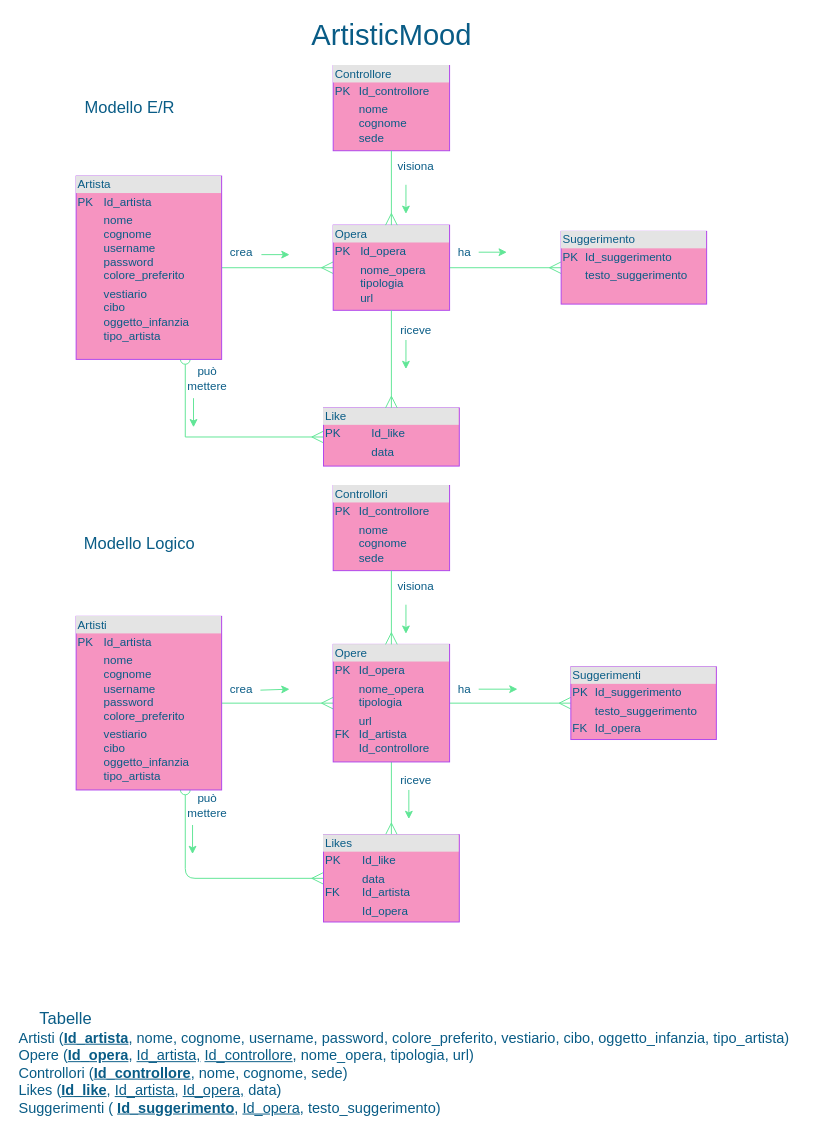
The draw.io diagram ArtisticMood.drawio in ChiaraGismondi02/ArtisticMood, before the edit. Source tidied: cells renumbered, new cells numbered last; positions are measured from the earlier drawing's top-left corner, leaving out a move shared by most shapes. Both pictures are drawn from the tidied source at 97%, with x=0, y=0 at pixel (16, 19).
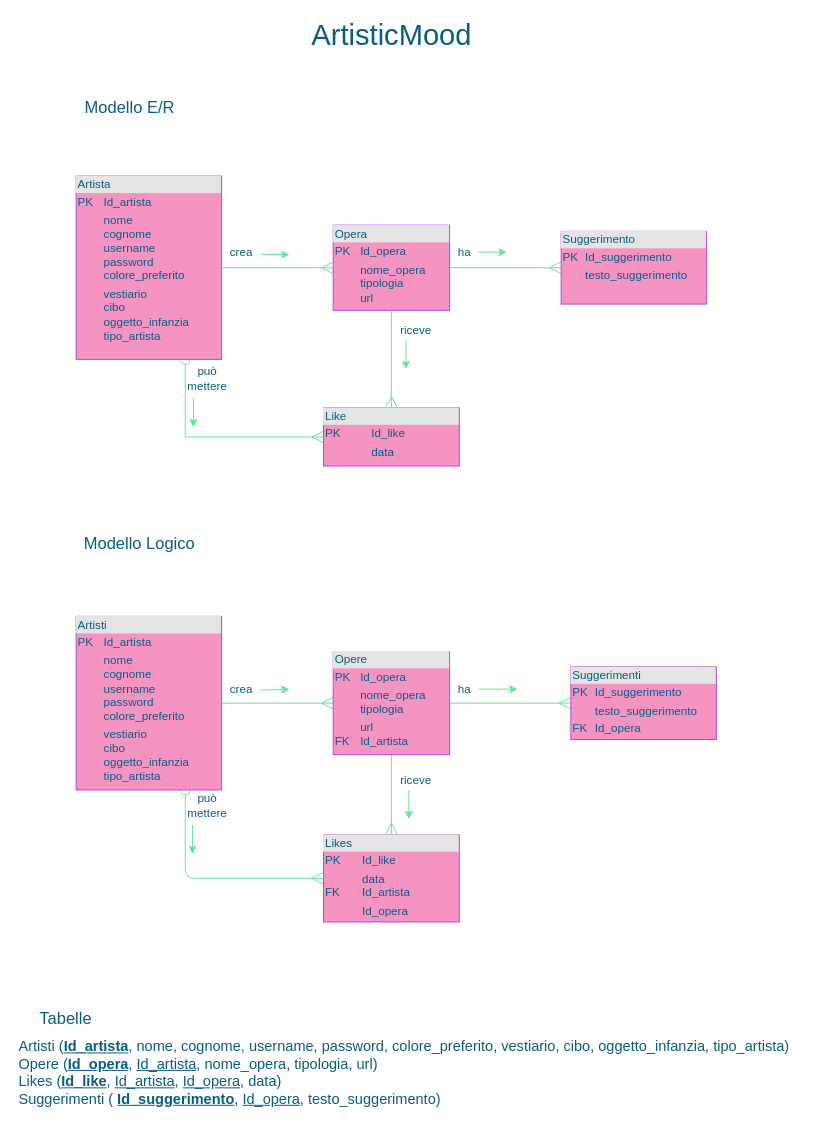
After the change.

Unchanged cells that the change refers to:
```xml
<mxCell id="6" value="&lt;div style=&quot;box-sizing: border-box ; width: 100% ; background: #e4e4e4 ; padding: 2px&quot;&gt;Opera&lt;/div&gt;&lt;table style=&quot;width: 100% ; font-size: 1em&quot; cellpadding=&quot;2&quot; cellspacing=&quot;0&quot;&gt;&lt;tbody&gt;&lt;tr&gt;&lt;td&gt;PK&lt;/td&gt;&lt;td&gt;Id_opera&lt;br&gt;&lt;/td&gt;&lt;/tr&gt;&lt;tr&gt;&lt;td&gt;&lt;br&gt;&lt;br&gt;&lt;/td&gt;&lt;td&gt;nome_opera&lt;br&gt;tipologia&lt;br&gt;url&lt;/td&gt;&lt;/tr&gt;&lt;tr&gt;&lt;td&gt;&lt;/td&gt;&lt;td&gt;&lt;br&gt;&lt;/td&gt;&lt;/tr&gt;&lt;/tbody&gt;&lt;/table&gt;" style="verticalAlign=top;align=left;overflow=fill;html=1;fillColor=#F694C1;strokeColor=#AF45ED;fontColor=#095C86;" parent="1" vertex="1">
  <mxGeometry x="326" y="211.6" width="120" height="87.8" as="geometry" />
</mxCell>
```

Diff of the diagram source:
```diff
@@
-    <mxCell id="17" value="&lt;div style=&quot;box-sizing: border-box ; width: 100% ; background: #e4e4e4 ; padding: 2px&quot;&gt;Opere&lt;/div&gt;&lt;table style=&quot;width: 100% ; font-size: 1em&quot; cellpadding=&quot;2&quot; cellspacing=&quot;0&quot;&gt;&lt;tbody&gt;&lt;tr&gt;&lt;td&gt;PK&lt;/td&gt;&lt;td&gt;Id_opera&lt;/td&gt;&lt;/tr&gt;&lt;tr&gt;&lt;td&gt;&lt;br&gt;&lt;/td&gt;&lt;td&gt;nome_opera&lt;br&gt;tipologia&lt;/td&gt;&lt;/tr&gt;&lt;tr&gt;&lt;td&gt;FK&lt;/td&gt;&lt;td&gt;url&lt;br&gt;Id_artista&lt;br&gt;Id_controllore&lt;/td&gt;&lt;/tr&gt;&lt;/tbody&gt;&lt;/table&gt;" style="verticalAlign=top;align=left;overflow=fill;html=1;fillColor=#F694C1;strokeColor=#AF45ED;fontColor=#095C86;" parent="1" vertex="1">
-      <mxGeometry x="326" y="643.8" width="120" height="121.2" as="geometry" />
+    <mxCell id="17" value="&lt;div style=&quot;box-sizing: border-box ; width: 100% ; background: #e4e4e4 ; padding: 2px&quot;&gt;Opere&lt;/div&gt;&lt;table style=&quot;width: 100% ; font-size: 1em&quot; cellpadding=&quot;2&quot; cellspacing=&quot;0&quot;&gt;&lt;tbody&gt;&lt;tr&gt;&lt;td&gt;PK&lt;/td&gt;&lt;td&gt;Id_opera&lt;/td&gt;&lt;/tr&gt;&lt;tr&gt;&lt;td&gt;&lt;br&gt;&lt;/td&gt;&lt;td&gt;nome_opera&lt;br&gt;tipologia&lt;/td&gt;&lt;/tr&gt;&lt;tr&gt;&lt;td&gt;&lt;br&gt;FK&lt;/td&gt;&lt;td&gt;url&lt;br&gt;Id_artista&lt;br&gt;&lt;/td&gt;&lt;/tr&gt;&lt;/tbody&gt;&lt;/table&gt;" style="verticalAlign=top;align=left;overflow=fill;html=1;fillColor=#F694C1;strokeColor=#AF45ED;fontColor=#095C86;" parent="1" vertex="1">
+      <mxGeometry x="326" y="651.3" width="120" height="106.2" as="geometry" />
     </mxCell>
@@
-    <mxCell id="20" value="&lt;font style=&quot;font-size: 15px&quot;&gt;Artisti (&lt;u&gt;&lt;b&gt;Id_artista&lt;/b&gt;&lt;/u&gt;, nome, cognome, username, password, colore_preferito, vestiario, cibo, oggetto_infanzia, tipo_artista)&lt;br&gt;Opere (&lt;b&gt;&lt;u&gt;Id_opera&lt;/u&gt;&lt;/b&gt;, &lt;u&gt;Id_artista,&lt;/u&gt;&amp;nbsp;&lt;u&gt;Id_controllore&lt;/u&gt;, nome_opera, tipologia, url)&lt;br&gt;Controllori (&lt;u&gt;&lt;b&gt;Id_controllore&lt;/b&gt;&lt;/u&gt;, nome, cognome, sede)&lt;br&gt;Likes (&lt;u&gt;&lt;b&gt;Id_like&lt;/b&gt;&lt;/u&gt;, &lt;u&gt;Id_artista&lt;/u&gt;, &lt;u&gt;Id_opera,&lt;/u&gt; data)&lt;br&gt;Suggerimenti ( &lt;u&gt;&lt;b&gt;Id_suggerimento&lt;/b&gt;&lt;/u&gt;, &lt;u&gt;Id_opera&lt;/u&gt;, testo_suggerimento)&lt;/font&gt;" style="text;html=1;align=left;verticalAlign=middle;fillColor=none;strokeColor=none;rounded=0;sketch=0;fontColor=#095C86;" parent="1" vertex="1">
-      <mxGeometry y="1045" width="810" height="80" as="geometry" />
+    <mxCell id="20" value="&lt;font style=&quot;font-size: 15px&quot;&gt;Artisti (&lt;u&gt;&lt;b&gt;Id_artista&lt;/b&gt;&lt;/u&gt;, nome, cognome, username, password, colore_preferito, vestiario, cibo, oggetto_infanzia, tipo_artista)&lt;br&gt;Opere (&lt;b&gt;&lt;u&gt;Id_opera&lt;/u&gt;&lt;/b&gt;, &lt;u&gt;Id_artista&lt;/u&gt;, nome_opera, tipologia, url)&lt;br&gt;Likes (&lt;u&gt;&lt;b&gt;Id_like&lt;/b&gt;&lt;/u&gt;, &lt;u&gt;Id_artista&lt;/u&gt;, &lt;u&gt;Id_opera,&lt;/u&gt; data)&lt;br&gt;Suggerimenti ( &lt;u&gt;&lt;b&gt;Id_suggerimento&lt;/b&gt;&lt;/u&gt;, &lt;u&gt;Id_opera&lt;/u&gt;, testo_suggerimento)&lt;/font&gt;" style="text;html=1;align=left;verticalAlign=middle;fillColor=none;strokeColor=none;rounded=0;sketch=0;fontColor=#095C86;" parent="1" vertex="1">
+      <mxGeometry y="1050" width="810" height="70" as="geometry" />
     </mxCell>
@@
-    <mxCell id="39" value="&lt;div style=&quot;box-sizing: border-box ; width: 100% ; background: #e4e4e4 ; padding: 2px&quot;&gt;Controllore&lt;/div&gt;&lt;table style=&quot;width: 100% ; font-size: 1em&quot; cellpadding=&quot;2&quot; cellspacing=&quot;0&quot;&gt;&lt;tbody&gt;&lt;tr&gt;&lt;td&gt;PK&lt;/td&gt;&lt;td&gt;Id_controllore&lt;br&gt;&lt;/td&gt;&lt;/tr&gt;&lt;tr&gt;&lt;td&gt;&lt;br&gt;&lt;br&gt;&lt;/td&gt;&lt;td&gt;nome&lt;br&gt;cognome&lt;br&gt;sede&lt;/td&gt;&lt;/tr&gt;&lt;tr&gt;&lt;td&gt;&lt;/td&gt;&lt;td&gt;&lt;br&gt;&lt;/td&gt;&lt;/tr&gt;&lt;/tbody&gt;&lt;/table&gt;" style="verticalAlign=top;align=left;overflow=fill;html=1;fillColor=#F694C1;strokeColor=#AF45ED;fontColor=#095C86;" parent="1" vertex="1">
-      <mxGeometry x="326" y="47.1" width="120" height="87.8" as="geometry" />
-    </mxCell>
-    <mxCell id="40" style="edgeStyle=orthogonalEdgeStyle;rounded=0;jettySize=auto;html=1;exitX=0.5;exitY=1;exitDx=0;exitDy=0;entryX=0.5;entryY=0;entryDx=0;entryDy=0;endArrow=ERmany;endFill=0;strokeWidth=1;endSize=10;strokeColor=#60E696;fontColor=#095C86;" parent="1" edge="1" source="39" target="6">
-      <mxGeometry relative="1" as="geometry" />
-    </mxCell>
-    <mxCell id="41" value="visiona" style="text;html=1;align=center;verticalAlign=middle;fillColor=none;strokeColor=none;rounded=0;fontColor=#095C86;" parent="1" vertex="1">
-      <mxGeometry x="386" y="141" width="50" height="20" as="geometry" />
-    </mxCell>
-    <mxCell id="42" style="endArrow=classic;html=1;strokeColor=#60E696;fontColor=#095C86;" parent="1" edge="1">
-      <mxGeometry relative="1" as="geometry">
-        <mxPoint x="401" y="170" as="sourcePoint" />
-        <mxPoint x="401" y="200" as="targetPoint" />
-      </mxGeometry>
-    </mxCell>
-    <mxCell id="43" value="&lt;div style=&quot;box-sizing: border-box ; width: 100% ; background: #e4e4e4 ; padding: 2px&quot;&gt;Controllori&lt;/div&gt;&lt;table style=&quot;width: 100% ; font-size: 1em&quot; cellpadding=&quot;2&quot; cellspacing=&quot;0&quot;&gt;&lt;tbody&gt;&lt;tr&gt;&lt;td&gt;PK&lt;/td&gt;&lt;td&gt;Id_controllore&lt;br&gt;&lt;/td&gt;&lt;/tr&gt;&lt;tr&gt;&lt;td&gt;&lt;br&gt;&lt;br&gt;&lt;/td&gt;&lt;td&gt;nome&lt;br&gt;cognome&lt;br&gt;sede&lt;/td&gt;&lt;/tr&gt;&lt;tr&gt;&lt;td&gt;&lt;/td&gt;&lt;td&gt;&lt;br&gt;&lt;/td&gt;&lt;/tr&gt;&lt;/tbody&gt;&lt;/table&gt;" style="verticalAlign=top;align=left;overflow=fill;html=1;fillColor=#F694C1;strokeColor=#AF45ED;fontColor=#095C86;" parent="1" vertex="1">
-      <mxGeometry x="326" y="480" width="120" height="87.8" as="geometry" />
-    </mxCell>
-    <mxCell id="44" value="visiona" style="text;html=1;align=center;verticalAlign=middle;fillColor=none;strokeColor=none;rounded=0;fontColor=#095C86;" parent="1" vertex="1">
-      <mxGeometry x="386" y="573.9" width="50" height="20" as="geometry" />
-    </mxCell>
-    <mxCell id="45" style="endArrow=classic;html=1;strokeColor=#60E696;fontColor=#095C86;" parent="1" edge="1">
-      <mxGeometry relative="1" as="geometry">
-        <mxPoint x="401" y="602.9" as="sourcePoint" />
-        <mxPoint x="401" y="632.9" as="targetPoint" />
-      </mxGeometry>
-    </mxCell>
-    <mxCell id="46" style="endArrow=ERmany;endFill=0;endSize=10;html=1;exitX=0.5;exitY=1;exitDx=0;exitDy=0;startArrow=none;startFill=0;startSize=10;entryX=0.5;entryY=0;entryDx=0;entryDy=0;strokeColor=#60E696;fontColor=#095C86;" parent="1" edge="1" source="43" target="17">
-      <mxGeometry relative="1" as="geometry" />
-    </mxCell>
```
